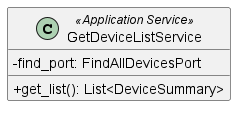
Earlier version of the PlantUML export src/PB/DocumentazioneEsterna/Specifica_Tecnica/content/uml/png/GetDeviceList/GetDeviceListService.png (GroupRubberDuck/Documentazione).
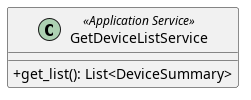
After the change.

The edit, as a diff of the source:
```diff
@@ -1,8 +1,6 @@
 @startuml GetDeviceListService
 skinparam classAttributeIconSize 0
 class GetDeviceListService <<Application Service>> {
-    - find_port: FindAllDevicesPort
-
     + get_list(): List<DeviceSummary>
 }
 
```
